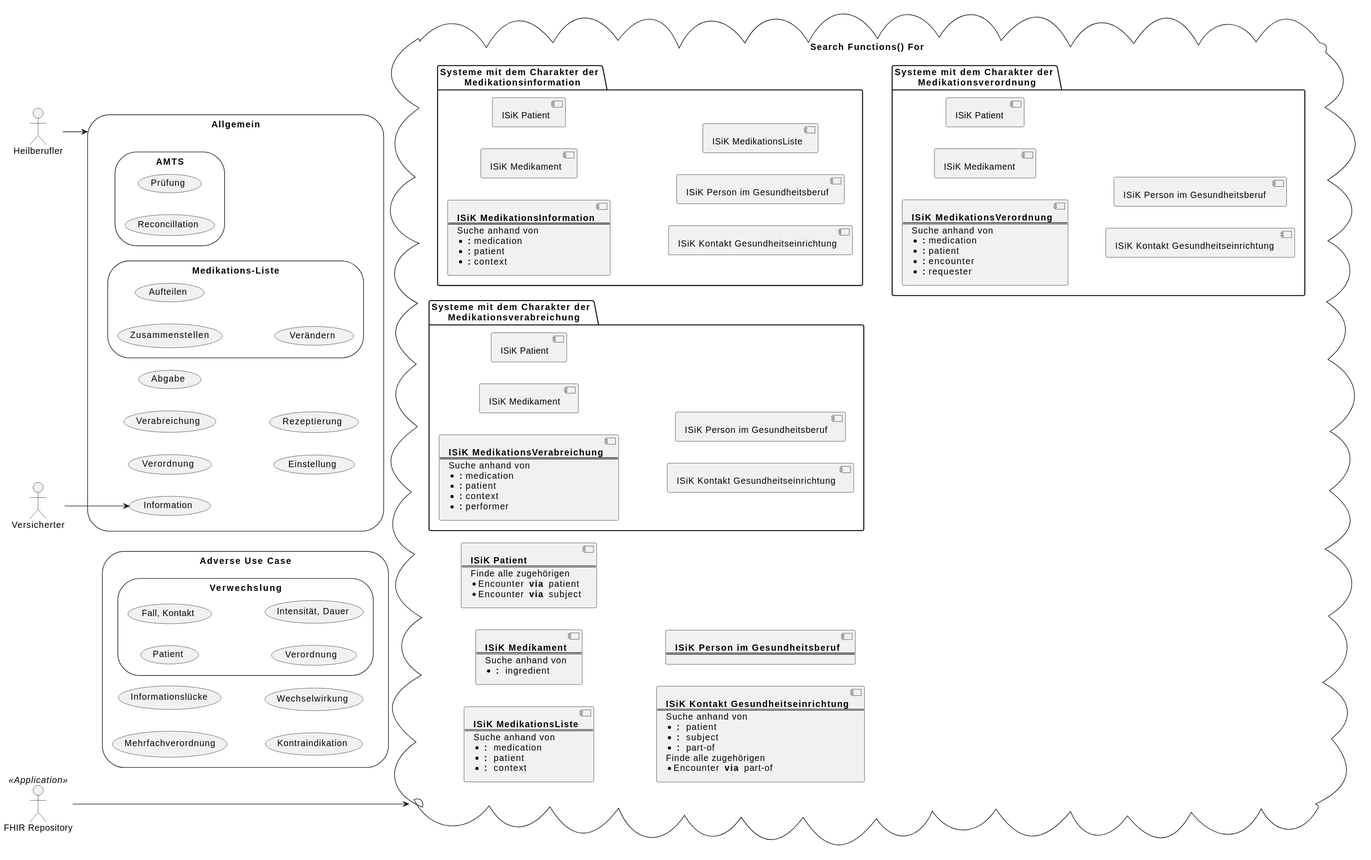
Earlier version of the PlantUML export Material/images/diagrams/usecases.svg (gematik/spec-ISiK-Medikation).
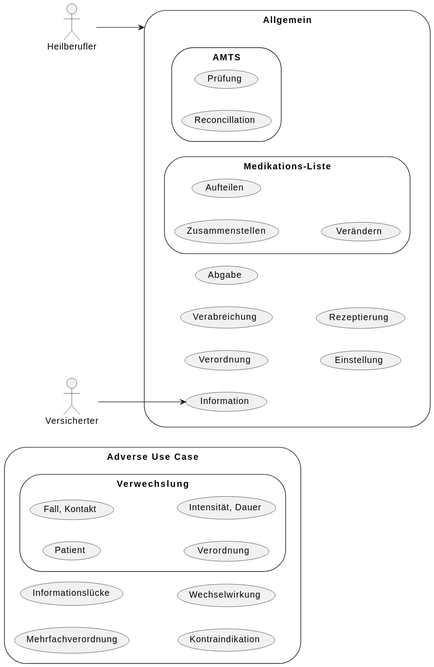
Above is the later version.

The edit, as a diff of the source:
```diff
@@ -1,11 +1,8 @@
 @startuml
 left to right direction
-skinparam linetype ortho
 
-actor :FHIR Repository: as DB << Application >>
 actor :Heilberufler:
 actor :Versicherter:
-
 storage adverseUC as "Adverse Use Case" {
     storage (Verwechslung){
         (Patient)
@@ -18,6 +15,7 @@
     (Kontraindikation)
     (Wechselwirkung)
 }
+
 storage gnrlUC as "Allgemein" {
     (Information)
     (Verordnung)
@@ -36,89 +34,7 @@
     }
 }
 
-cloud "Search Functions() For" as fncts {
-    folder CSt_MedInfo as "Systeme mit dem Charakter der \n Medikationsinformation" {
-        component _MedInfo [
-        **ISiK MedikationsInformation**
-        ====
-        Suche anhand von
-        * ** :** medication
-        * ** :** patient
-        * ** :** context
-        ]
-        component "ISiK Medikament"
-        component "ISiK Patient"
-        component "ISiK Kontakt Gesundheitseinrichtung"
-        component "ISiK Person im Gesundheitsberuf"
-        component "ISiK MedikationsListe"
-    }
-    folder CSt_MedVerab as "Systeme mit dem Charakter der \n Medikationsverabreichung" {
-        component _MedVerab [
-        **ISiK MedikationsVerabreichung**
-        ====
-        Suche anhand von
-        * ** :** medication
-        * ** :** patient
-        * ** :** context
-        * ** :** performer
-        ]
-        component "ISiK Medikament "
-        component "ISiK Patient "
-        component "ISiK Kontakt Gesundheitseinrichtung "
-        component "ISiK Person im Gesundheitsberuf "
-    }
-    folder CSt_MedVerord as "Systeme mit dem Charakter der \n Medikationsverordnung" {
-        component _MedVerord [
-        **ISiK MedikationsVerordnung**
-        ====
-        Suche anhand von
-        * ** :** medication
-        * ** :** patient
-        * ** :** encounter
-        * ** :** requester
-        ]
-        component "ISiK Medikament  "
-        component "ISiK Patient  "
-        component "ISiK Kontakt Gesundheitseinrichtung  "
-        component "ISiK Person im Gesundheitsberuf  "
-    }
-    component CStAll_MedikationsListe [
-        **ISiK MedikationsListe**
-        ====
-        Suche anhand von
-        * ** : ** medication
-        * ** : ** patient
-        * ** : ** context
-    ]
-    component CStAll_Medikament [
-        **ISiK Medikament**
-        ====
-        Suche anhand von
-        * ** : ** ingredient
-    ]
-    component CStAll_Patient [
-        **ISiK Patient**
-        ====
-        Finde alle zugehörigen
-        * Encounter ** via ** patient
-        * Encounter ** via ** subject
-    ]
-    component CStAll_KontaktGesundheitseinrichtung [
-        **ISiK Kontakt Gesundheitseinrichtung**
-        ====
-        Suche anhand von
-        * ** : ** patient
-        * ** : ** subject
-        * ** : ** part-of
-        Finde alle zugehörigen
-        * Encounter ** via ** part-of
-    ]
-    component CStAll_PersonImGesundheitsberuf [
-        **ISiK Person im Gesundheitsberuf**
-        ====
-    ]
-}
 Heilberufler --> gnrlUC
 Versicherter --> Information
-DB ----> fncts
+
 @enduml
```
